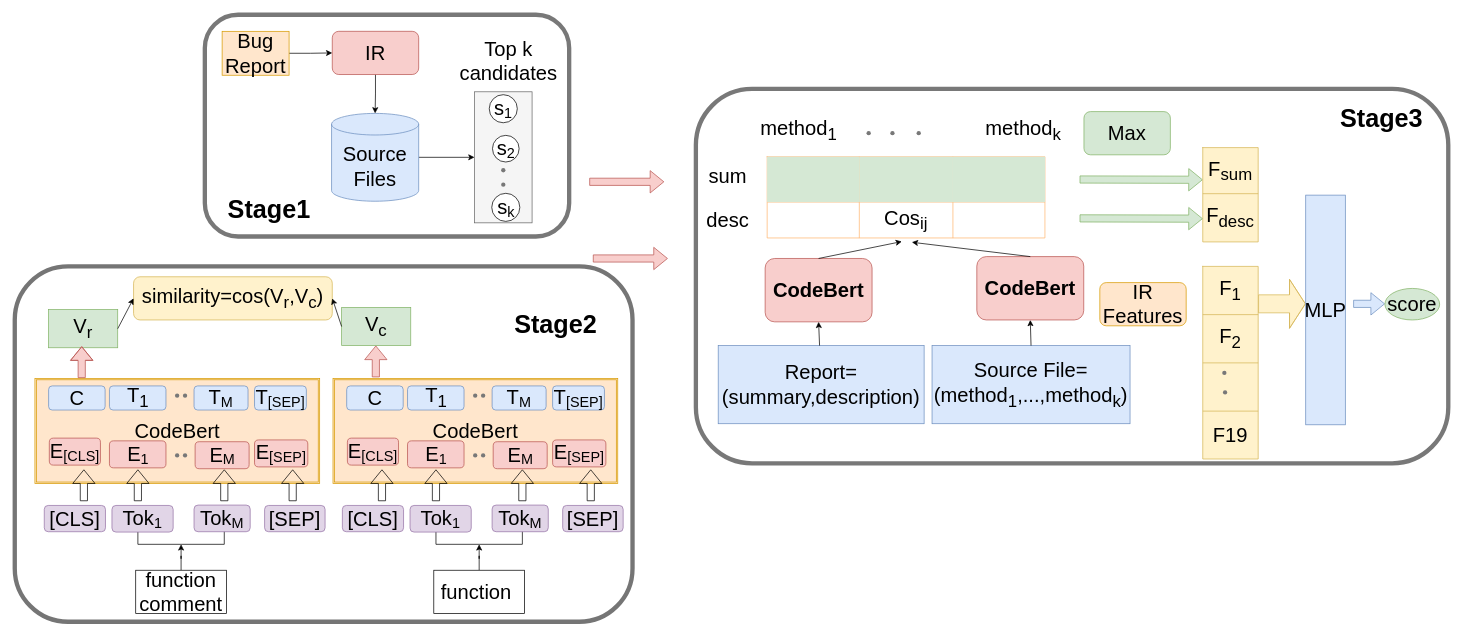
hangdj/BERT-PLI-IJCAI2020 keeps this draw.io diagram as V2_Untitled Diagram.drawio. Above is the earlier version. Source tidied: cells renumbered, new cells numbered last; positions are measured from the earlier drawing's top-left corner, leaving out a move shared by most shapes. Both pictures are drawn from the tidied source at 72%, with x=0, y=0 at pixel (14, 14).
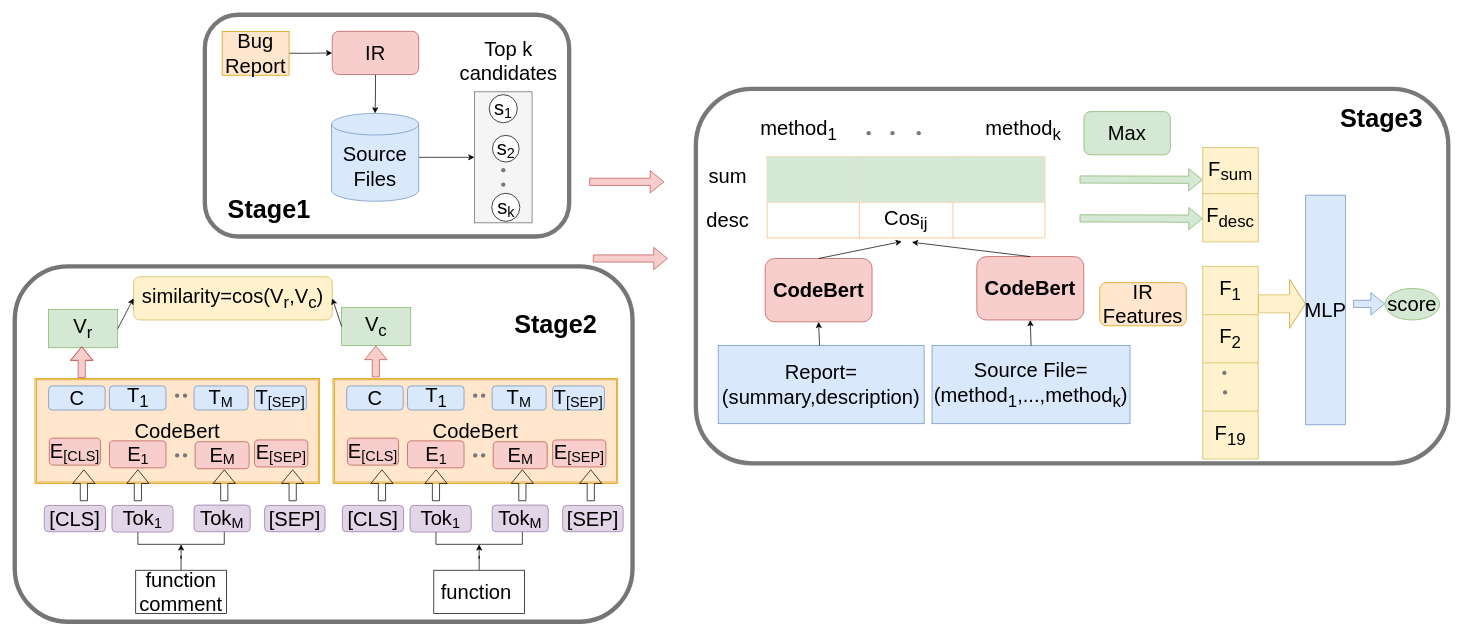
After the change.

Unchanged cells that the change refers to:
```xml
<mxCell id="70" style="shape=partialRectangle;html=1;whiteSpace=wrap;fillColor=none;top=0;left=0;bottom=0;right=0;" parent="63" vertex="1">
  <mxGeometry y="201" width="77" height="67" as="geometry" />
</mxCell>
```

Diff of the diagram source:
```diff
@@
-    <mxCell id="71" value="&lt;font style=&quot;font-size: 28px&quot;&gt;&lt;font style=&quot;font-size: 28px&quot;&gt;F&lt;/font&gt;&lt;font style=&quot;font-size: 28px&quot;&gt;19&lt;/font&gt;&lt;/font&gt;" style="shape=partialRectangle;html=1;whiteSpace=wrap;fillColor=none;top=0;left=0;bottom=0;right=0;overflow=hidden;flipV=0;" parent="70" vertex="1">
+    <mxCell id="71" value="&lt;font style=&quot;font-size: 28px&quot;&gt;&lt;font style=&quot;font-size: 28px&quot;&gt;F&lt;/font&gt;&lt;font style=&quot;font-size: 28px&quot;&gt;&lt;sub&gt;19&lt;/sub&gt;&lt;/font&gt;&lt;/font&gt;" style="shape=partialRectangle;html=1;whiteSpace=wrap;fillColor=none;top=0;left=0;bottom=0;right=0;overflow=hidden;flipV=0;" parent="70" vertex="1">
       <mxGeometry width="77" height="67" as="geometry" />
     </mxCell>
```
